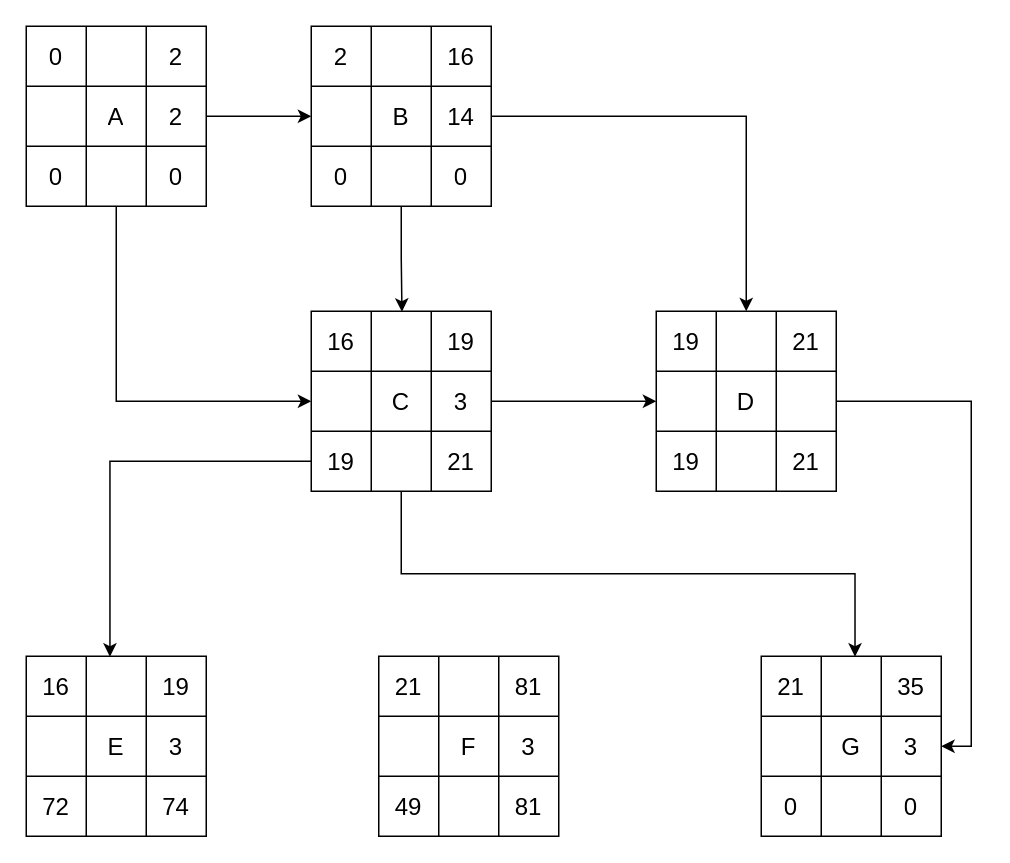
Above: Esercizio1/Esercizio PCM 1.drawio in arco2121/Diagrammi_GPOI (draw.io), before the change. Source tidied: cells renumbered, new cells numbered last; positions are measured from the earlier drawing's top-left corner, leaving out a move shared by most shapes. Both pictures are drawn from the tidied source at 150%, with x=0, y=0 at pixel (26, 26).
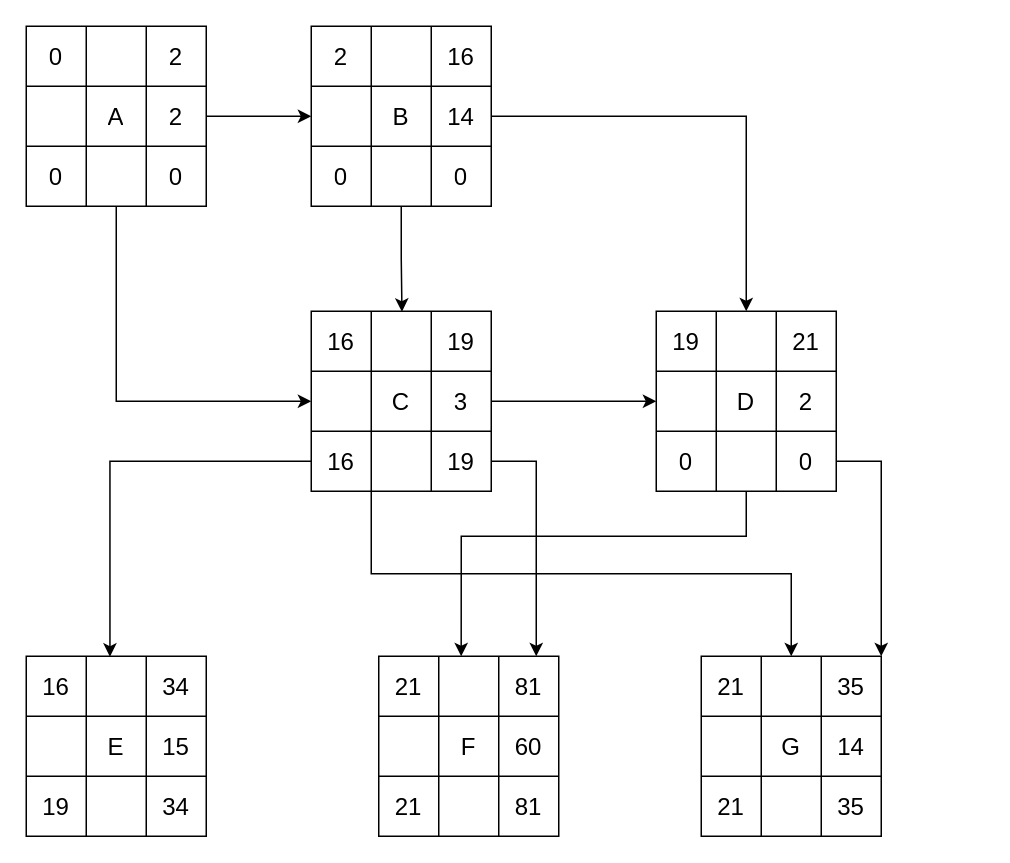
The same page after the edit.

Unchanged cells that the change refers to:
```xml
<mxCell id="29" style="shape=table;startSize=0;childLayout=tableLayout;fontSize=16;" parent="1" vertex="1">
  <mxGeometry x="190" y="190" width="120" height="120" as="geometry" />
</mxCell>
<mxCell id="38" style="shape=tableRow;horizontal=0;startSize=0;swimlaneHead=0;swimlaneBody=0;strokeColor=inherit;top=0;left=0;bottom=0;right=0;fillColor=none;points=[[0,0.5],[1,0.5]];portConstraint=eastwest;fontSize=16;" parent="29" vertex="1">
  <mxGeometry y="80" width="120" height="40" as="geometry" />
</mxCell>
<mxCell id="42" style="shape=table;startSize=0;childLayout=tableLayout;fontSize=16;" parent="1" vertex="1">
  <mxGeometry x="420" y="190" width="120" height="120" as="geometry" />
</mxCell>
<mxCell id="47" style="shape=tableRow;horizontal=0;startSize=0;swimlaneHead=0;swimlaneBody=0;strokeColor=inherit;top=0;left=0;bottom=0;right=0;fillColor=none;points=[[0,0.5],[1,0.5]];portConstraint=eastwest;fontSize=16;" parent="42" vertex="1">
  <mxGeometry y="40" width="120" height="40" as="geometry" />
</mxCell>
<mxCell id="51" style="shape=tableRow;horizontal=0;startSize=0;swimlaneHead=0;swimlaneBody=0;strokeColor=inherit;top=0;left=0;bottom=0;right=0;fillColor=none;points=[[0,0.5],[1,0.5]];portConstraint=eastwest;fontSize=16;" parent="42" vertex="1">
  <mxGeometry y="80" width="120" height="40" as="geometry" />
</mxCell>
<mxCell id="60" style="shape=tableRow;horizontal=0;startSize=0;swimlaneHead=0;swimlaneBody=0;strokeColor=inherit;top=0;left=0;bottom=0;right=0;fillColor=none;points=[[0,0.5],[1,0.5]];portConstraint=eastwest;fontSize=16;" parent="59" vertex="1">
  <mxGeometry width="120" height="40" as="geometry" />
</mxCell>
<mxCell id="64" style="shape=tableRow;horizontal=0;startSize=0;swimlaneHead=0;swimlaneBody=0;strokeColor=inherit;top=0;left=0;bottom=0;right=0;fillColor=none;fontSize=16;" parent="59" vertex="1">
  <mxGeometry y="40" width="120" height="40" as="geometry" />
</mxCell>
<mxCell id="68" style="shape=tableRow;horizontal=0;startSize=0;swimlaneHead=0;swimlaneBody=0;strokeColor=inherit;top=0;left=0;bottom=0;right=0;fillColor=none;fontSize=16;" parent="59" vertex="1">
  <mxGeometry y="80" width="120" height="40" as="geometry" />
</mxCell>
<mxCell id="73" style="shape=tableRow;horizontal=0;startSize=0;swimlaneHead=0;swimlaneBody=0;strokeColor=inherit;top=0;left=0;bottom=0;right=0;fillColor=none;points=[[0,0.5],[1,0.5]];portConstraint=eastwest;fontSize=16;" parent="72" vertex="1">
  <mxGeometry width="120" height="40" as="geometry" />
</mxCell>
<mxCell id="77" style="shape=tableRow;horizontal=0;startSize=0;swimlaneHead=0;swimlaneBody=0;strokeColor=inherit;top=0;left=0;bottom=0;right=0;fillColor=none;fontSize=16;" parent="72" vertex="1">
  <mxGeometry y="40" width="120" height="40" as="geometry" />
</mxCell>
<mxCell id="81" style="shape=tableRow;horizontal=0;startSize=0;swimlaneHead=0;swimlaneBody=0;strokeColor=inherit;top=0;left=0;bottom=0;right=0;fillColor=none;fontSize=16;" parent="72" vertex="1">
  <mxGeometry y="80" width="120" height="40" as="geometry" />
</mxCell>
```

Diff of the diagram source:
```diff
@@
-    <mxCell id="39" value="19" style="shape=partialRectangle;html=1;whiteSpace=wrap;strokeColor=inherit;overflow=hidden;fillColor=none;top=0;left=0;bottom=0;right=0;fontSize=16;" parent="38" vertex="1">
+    <mxCell id="39" value="16" style="shape=partialRectangle;html=1;whiteSpace=wrap;strokeColor=inherit;overflow=hidden;fillColor=none;top=0;left=0;bottom=0;right=0;fontSize=16;" parent="38" vertex="1">
       <mxGeometry width="40" height="40" as="geometry" />
     </mxCell>
@@
-    <mxCell id="41" value="21" style="shape=partialRectangle;html=1;whiteSpace=wrap;strokeColor=inherit;overflow=hidden;fillColor=none;top=0;left=0;bottom=0;right=0;fontSize=16;" parent="38" vertex="1">
+    <mxCell id="41" value="19" style="shape=partialRectangle;html=1;whiteSpace=wrap;strokeColor=inherit;overflow=hidden;fillColor=none;top=0;left=0;bottom=0;right=0;fontSize=16;" parent="38" vertex="1">
       <mxGeometry x="80" width="40" height="40" as="geometry" />
     </mxCell>
@@
-    <mxCell id="50" style="shape=partialRectangle;html=1;whiteSpace=wrap;strokeColor=inherit;overflow=hidden;fillColor=none;top=0;left=0;bottom=0;right=0;fontSize=16;" parent="47" vertex="1">
+    <mxCell id="50" value="2" style="shape=partialRectangle;html=1;whiteSpace=wrap;strokeColor=inherit;overflow=hidden;fillColor=none;top=0;left=0;bottom=0;right=0;fontSize=16;" parent="47" vertex="1">
       <mxGeometry x="80" width="40" height="40" as="geometry" />
     </mxCell>
@@
-    <mxCell id="52" value="19" style="shape=partialRectangle;html=1;whiteSpace=wrap;strokeColor=inherit;overflow=hidden;fillColor=none;top=0;left=0;bottom=0;right=0;fontSize=16;" parent="51" vertex="1">
+    <mxCell id="52" value="0" style="shape=partialRectangle;html=1;whiteSpace=wrap;strokeColor=inherit;overflow=hidden;fillColor=none;top=0;left=0;bottom=0;right=0;fontSize=16;" parent="51" vertex="1">
       <mxGeometry width="40" height="40" as="geometry" />
     </mxCell>
@@
-    <mxCell id="54" value="21" style="shape=partialRectangle;html=1;whiteSpace=wrap;strokeColor=inherit;overflow=hidden;fillColor=none;top=0;left=0;bottom=0;right=0;fontSize=16;" parent="51" vertex="1">
+    <mxCell id="54" value="0" style="shape=partialRectangle;html=1;whiteSpace=wrap;strokeColor=inherit;overflow=hidden;fillColor=none;top=0;left=0;bottom=0;right=0;fontSize=16;" parent="51" vertex="1">
       <mxGeometry x="80" width="40" height="40" as="geometry" />
     </mxCell>
@@
-    <mxCell id="63" value="19" style="shape=partialRectangle;html=1;whiteSpace=wrap;strokeColor=inherit;overflow=hidden;fillColor=none;top=0;left=0;bottom=0;right=0;fontSize=16;" parent="60" vertex="1">
+    <mxCell id="63" value="34" style="shape=partialRectangle;html=1;whiteSpace=wrap;strokeColor=inherit;overflow=hidden;fillColor=none;top=0;left=0;bottom=0;right=0;fontSize=16;" parent="60" vertex="1">
       <mxGeometry x="80" width="40" height="40" as="geometry" />
     </mxCell>
@@
-    <mxCell id="67" value="3" style="shape=partialRectangle;html=1;whiteSpace=wrap;strokeColor=inherit;overflow=hidden;fillColor=none;top=0;left=0;bottom=0;right=0;fontSize=16;" parent="64" vertex="1">
+    <mxCell id="67" value="15" style="shape=partialRectangle;html=1;whiteSpace=wrap;strokeColor=inherit;overflow=hidden;fillColor=none;top=0;left=0;bottom=0;right=0;fontSize=16;" parent="64" vertex="1">
       <mxGeometry x="80" width="40" height="40" as="geometry" />
     </mxCell>
@@
-    <mxCell id="69" value="72" style="shape=partialRectangle;html=1;whiteSpace=wrap;strokeColor=inherit;overflow=hidden;fillColor=none;top=0;left=0;bottom=0;right=0;fontSize=16;" parent="68" vertex="1">
+    <mxCell id="69" value="19" style="shape=partialRectangle;html=1;whiteSpace=wrap;strokeColor=inherit;overflow=hidden;fillColor=none;top=0;left=0;bottom=0;right=0;fontSize=16;" parent="68" vertex="1">
       <mxGeometry width="40" height="40" as="geometry" />
     </mxCell>
@@
-    <mxCell id="71" value="74" style="shape=partialRectangle;html=1;whiteSpace=wrap;strokeColor=inherit;overflow=hidden;fillColor=none;top=0;left=0;bottom=0;right=0;fontSize=16;" parent="68" vertex="1">
+    <mxCell id="71" value="34" style="shape=partialRectangle;html=1;whiteSpace=wrap;strokeColor=inherit;overflow=hidden;fillColor=none;top=0;left=0;bottom=0;right=0;fontSize=16;" parent="68" vertex="1">
       <mxGeometry x="80" width="40" height="40" as="geometry" />
     </mxCell>
@@
-    <mxCell id="80" value="3" style="shape=partialRectangle;html=1;whiteSpace=wrap;strokeColor=inherit;overflow=hidden;fillColor=none;top=0;left=0;bottom=0;right=0;fontSize=16;" parent="77" vertex="1">
+    <mxCell id="80" value="60" style="shape=partialRectangle;html=1;whiteSpace=wrap;strokeColor=inherit;overflow=hidden;fillColor=none;top=0;left=0;bottom=0;right=0;fontSize=16;" parent="77" vertex="1">
       <mxGeometry x="80" width="40" height="40" as="geometry" />
     </mxCell>
@@
-    <mxCell id="82" value="49" style="shape=partialRectangle;html=1;whiteSpace=wrap;strokeColor=inherit;overflow=hidden;fillColor=none;top=0;left=0;bottom=0;right=0;fontSize=16;" parent="81" vertex="1">
+    <mxCell id="82" value="21" style="shape=partialRectangle;html=1;whiteSpace=wrap;strokeColor=inherit;overflow=hidden;fillColor=none;top=0;left=0;bottom=0;right=0;fontSize=16;" parent="81" vertex="1">
       <mxGeometry width="40" height="40" as="geometry" />
     </mxCell>
@@
-    <mxCell id="85" style="shape=table;startSize=0;childLayout=tableLayout;fontSize=16;" parent="1" vertex="1">
-      <mxGeometry x="490" y="420" width="120" height="120" as="geometry" />
-    </mxCell>
+    <mxCell id="100" style="edgeStyle=orthogonalEdgeStyle;rounded=0;jettySize=auto;html=1;exitX=0;exitY=0.5;exitDx=0;exitDy=0;entryX=0.465;entryY=0.008;entryDx=0;entryDy=0;entryPerimeter=0;" parent="1" edge="1" source="38" target="60">
+      <mxGeometry relative="1" as="geometry" />
+    </mxCell>
+    <mxCell id="101" style="shape=table;startSize=0;childLayout=tableLayout;fontSize=16;" parent="1" vertex="1">
+      <mxGeometry x="450" y="420" width="120" height="120" as="geometry" />
+    </mxCell>
-    <mxCell id="86" style="shape=tableRow;horizontal=0;startSize=0;swimlaneHead=0;swimlaneBody=0;strokeColor=inherit;top=0;left=0;bottom=0;right=0;fillColor=none;points=[[0,0.5],[1,0.5]];portConstraint=eastwest;fontSize=16;" parent="85" vertex="1">
+    <mxCell id="86" style="shape=tableRow;horizontal=0;startSize=0;swimlaneHead=0;swimlaneBody=0;strokeColor=inherit;top=0;left=0;bottom=0;right=0;fillColor=none;points=[[0,0.5],[1,0.5]];portConstraint=eastwest;fontSize=16;" parent="101" vertex="1">
       <mxGeometry width="120" height="40" as="geometry" />
     </mxCell>
-    <mxCell id="87" value="21" style="shape=partialRectangle;html=1;whiteSpace=wrap;strokeColor=inherit;overflow=hidden;fillColor=none;top=0;left=0;bottom=0;right=0;fontSize=16;" parent="86" vertex="1">
-      <mxGeometry width="40" height="40" as="geometry" />
-    </mxCell>
-    <mxCell id="88" style="shape=partialRectangle;html=1;whiteSpace=wrap;strokeColor=inherit;overflow=hidden;fillColor=none;top=0;left=0;bottom=0;right=0;fontSize=16;" parent="86" vertex="1">
-      <mxGeometry x="40" width="40" height="40" as="geometry" />
-    </mxCell>
-    <mxCell id="89" value="35" style="shape=partialRectangle;html=1;whiteSpace=wrap;strokeColor=inherit;overflow=hidden;fillColor=none;top=0;left=0;bottom=0;right=0;fontSize=16;" parent="86" vertex="1">
-      <mxGeometry x="80" width="40" height="40" as="geometry" />
-    </mxCell>
+    <mxCell id="102" value="21" style="shape=partialRectangle;html=1;whiteSpace=wrap;strokeColor=inherit;overflow=hidden;fillColor=none;top=0;left=0;bottom=0;right=0;fontSize=16;" parent="86" vertex="1">
+      <mxGeometry width="40" height="40" as="geometry" />
+    </mxCell>
+    <mxCell id="103" style="shape=partialRectangle;html=1;whiteSpace=wrap;strokeColor=inherit;overflow=hidden;fillColor=none;top=0;left=0;bottom=0;right=0;fontSize=16;" parent="86" vertex="1">
+      <mxGeometry x="40" width="40" height="40" as="geometry" />
+    </mxCell>
+    <mxCell id="104" value="35" style="shape=partialRectangle;html=1;whiteSpace=wrap;strokeColor=inherit;overflow=hidden;fillColor=none;top=0;left=0;bottom=0;right=0;fontSize=16;" parent="86" vertex="1">
+      <mxGeometry x="80" width="40" height="40" as="geometry" />
+    </mxCell>
-    <mxCell id="90" style="shape=tableRow;horizontal=0;startSize=0;swimlaneHead=0;swimlaneBody=0;strokeColor=inherit;top=0;left=0;bottom=0;right=0;fillColor=none;points=[[0,0.5],[1,0.5]];portConstraint=eastwest;fontSize=16;" parent="85" vertex="1">
+    <mxCell id="90" style="shape=tableRow;horizontal=0;startSize=0;swimlaneHead=0;swimlaneBody=0;strokeColor=inherit;top=0;left=0;bottom=0;right=0;fillColor=none;points=[[0,0.5],[1,0.5]];portConstraint=eastwest;fontSize=16;" parent="101" vertex="1">
       <mxGeometry y="40" width="120" height="40" as="geometry" />
     </mxCell>
@@
-    <mxCell id="93" value="3" style="shape=partialRectangle;html=1;whiteSpace=wrap;strokeColor=inherit;overflow=hidden;fillColor=none;top=0;left=0;bottom=0;right=0;fontSize=16;" parent="90" vertex="1">
-      <mxGeometry x="80" width="40" height="40" as="geometry" />
-    </mxCell>
+    <mxCell id="105" value="14" style="shape=partialRectangle;html=1;whiteSpace=wrap;strokeColor=inherit;overflow=hidden;fillColor=none;top=0;left=0;bottom=0;right=0;fontSize=16;" parent="90" vertex="1">
+      <mxGeometry x="80" width="40" height="40" as="geometry" />
+    </mxCell>
-    <mxCell id="94" style="shape=tableRow;horizontal=0;startSize=0;swimlaneHead=0;swimlaneBody=0;strokeColor=inherit;top=0;left=0;bottom=0;right=0;fillColor=none;fontSize=16;" parent="85" vertex="1">
+    <mxCell id="94" style="shape=tableRow;horizontal=0;startSize=0;swimlaneHead=0;swimlaneBody=0;strokeColor=inherit;top=0;left=0;bottom=0;right=0;fillColor=none;fontSize=16;" parent="101" vertex="1">
       <mxGeometry y="80" width="120" height="40" as="geometry" />
     </mxCell>
-    <mxCell id="95" value="0" style="shape=partialRectangle;html=1;whiteSpace=wrap;strokeColor=inherit;overflow=hidden;fillColor=none;top=0;left=0;bottom=0;right=0;fontSize=16;" parent="94" vertex="1">
-      <mxGeometry width="40" height="40" as="geometry" />
-    </mxCell>
-    <mxCell id="96" style="shape=partialRectangle;html=1;whiteSpace=wrap;strokeColor=inherit;overflow=hidden;fillColor=none;top=0;left=0;bottom=0;right=0;fontSize=16;" parent="94" vertex="1">
-      <mxGeometry x="40" width="40" height="40" as="geometry" />
-    </mxCell>
-    <mxCell id="97" value="0" style="shape=partialRectangle;html=1;whiteSpace=wrap;strokeColor=inherit;overflow=hidden;fillColor=none;top=0;left=0;bottom=0;right=0;fontSize=16;" parent="94" vertex="1">
-      <mxGeometry x="80" width="40" height="40" as="geometry" />
-    </mxCell>
+    <mxCell id="106" value="21" style="shape=partialRectangle;html=1;whiteSpace=wrap;strokeColor=inherit;overflow=hidden;fillColor=none;top=0;left=0;bottom=0;right=0;fontSize=16;" parent="94" vertex="1">
+      <mxGeometry width="40" height="40" as="geometry" />
+    </mxCell>
+    <mxCell id="107" style="shape=partialRectangle;html=1;whiteSpace=wrap;strokeColor=inherit;overflow=hidden;fillColor=none;top=0;left=0;bottom=0;right=0;fontSize=16;" parent="94" vertex="1">
+      <mxGeometry x="40" width="40" height="40" as="geometry" />
+    </mxCell>
+    <mxCell id="108" value="35" style="shape=partialRectangle;html=1;whiteSpace=wrap;strokeColor=inherit;overflow=hidden;fillColor=none;top=0;left=0;bottom=0;right=0;fontSize=16;" parent="94" vertex="1">
+      <mxGeometry x="80" width="40" height="40" as="geometry" />
+    </mxCell>
+    <mxCell id="109" style="edgeStyle=orthogonalEdgeStyle;rounded=0;jettySize=auto;html=1;entryX=0.458;entryY=0;entryDx=0;entryDy=0;entryPerimeter=0;" parent="1" edge="1" source="42" target="73">
+      <mxGeometry relative="1" as="geometry">
+        <Array as="points">
+          <mxPoint x="480" y="340" />
+          <mxPoint x="290" y="340" />
+        </Array>
+      </mxGeometry>
+    </mxCell>
-    <mxCell id="98" style="edgeStyle=orthogonalEdgeStyle;rounded=0;jettySize=auto;html=1;entryX=0.521;entryY=0.008;entryDx=0;entryDy=0;entryPerimeter=0;" parent="1" edge="1" source="29" target="86">
-      <mxGeometry relative="1" as="geometry" />
+    <mxCell id="98" style="edgeStyle=orthogonalEdgeStyle;rounded=0;jettySize=auto;html=1;entryX=0.5;entryY=0;entryDx=0;entryDy=0;entryPerimeter=0;" parent="1" edge="1" source="29" target="86">
+      <mxGeometry relative="1" as="geometry">
+        <Array as="points">
+          <mxPoint x="230" y="365" />
+          <mxPoint x="510" y="365" />
+        </Array>
+      </mxGeometry>
     </mxCell>
-    <mxCell id="99" style="edgeStyle=orthogonalEdgeStyle;rounded=0;jettySize=auto;html=1;entryX=1;entryY=0.5;entryDx=0;entryDy=0;" parent="1" edge="1" source="47" target="90">
-      <mxGeometry relative="1" as="geometry" />
-    </mxCell>
-    <mxCell id="100" style="edgeStyle=orthogonalEdgeStyle;rounded=0;jettySize=auto;html=1;exitX=0;exitY=0.5;exitDx=0;exitDy=0;entryX=0.465;entryY=0.008;entryDx=0;entryDy=0;entryPerimeter=0;" parent="1" edge="1" source="38" target="60">
-      <mxGeometry relative="1" as="geometry" />
-    </mxCell>
+    <mxCell id="110" style="edgeStyle=orthogonalEdgeStyle;rounded=0;jettySize=auto;html=1;entryX=0.875;entryY=0;entryDx=0;entryDy=0;entryPerimeter=0;" parent="1" edge="1" source="38" target="73">
+      <mxGeometry relative="1" as="geometry" />
+    </mxCell>
+    <mxCell id="111" style="edgeStyle=orthogonalEdgeStyle;rounded=0;jettySize=auto;html=1;entryX=1;entryY=0;entryDx=0;entryDy=0;entryPerimeter=0;" parent="1" edge="1" source="51" target="86">
+      <mxGeometry relative="1" as="geometry" />
+    </mxCell>
```
